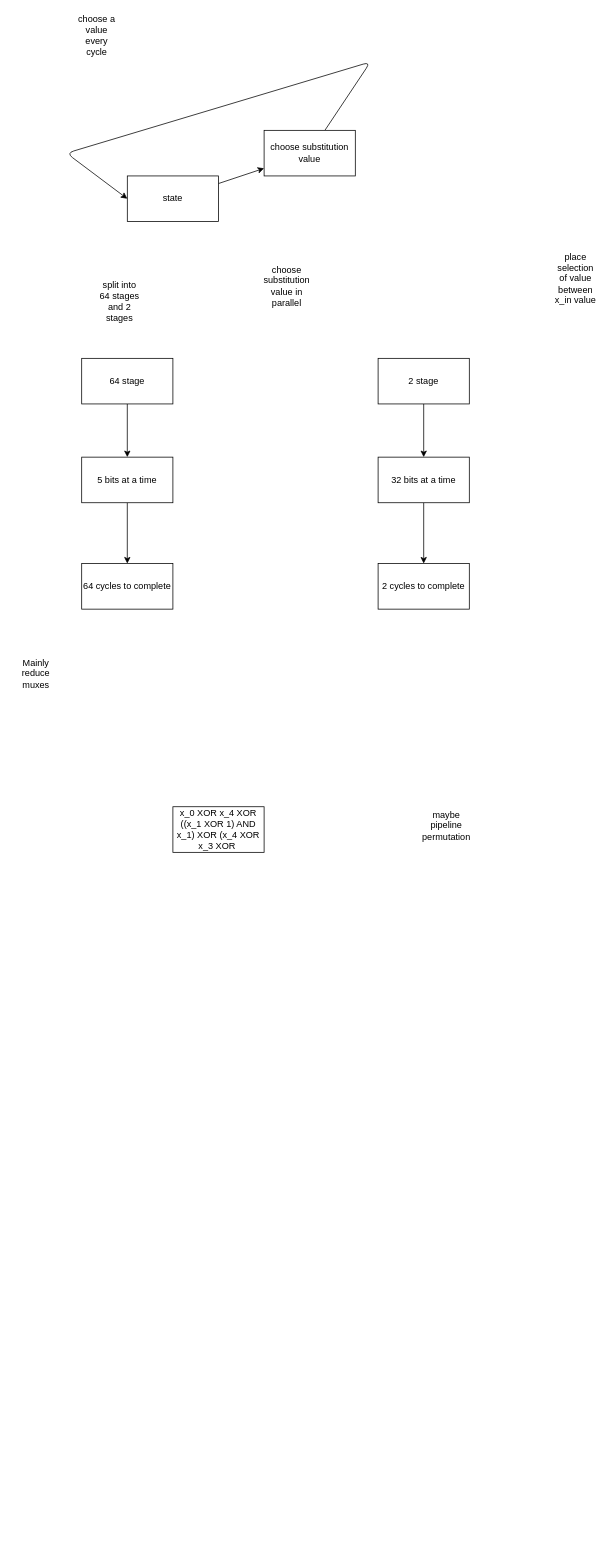
Before: page "Page-13" (13 of 13) of crypto-chip/diffusion layer.drawio in Reconfigurable-Computing-CalPoly-Pomona/RECO_LWC_IP, a draw.io diagram. Source tidied: cells renumbered, new cells numbered last; positions are measured from the earlier drawing's top-left corner, leaving out a move shared by most shapes. Both pictures are drawn from the tidied source at 76%, with x=0, y=0 at pixel (13, 24).
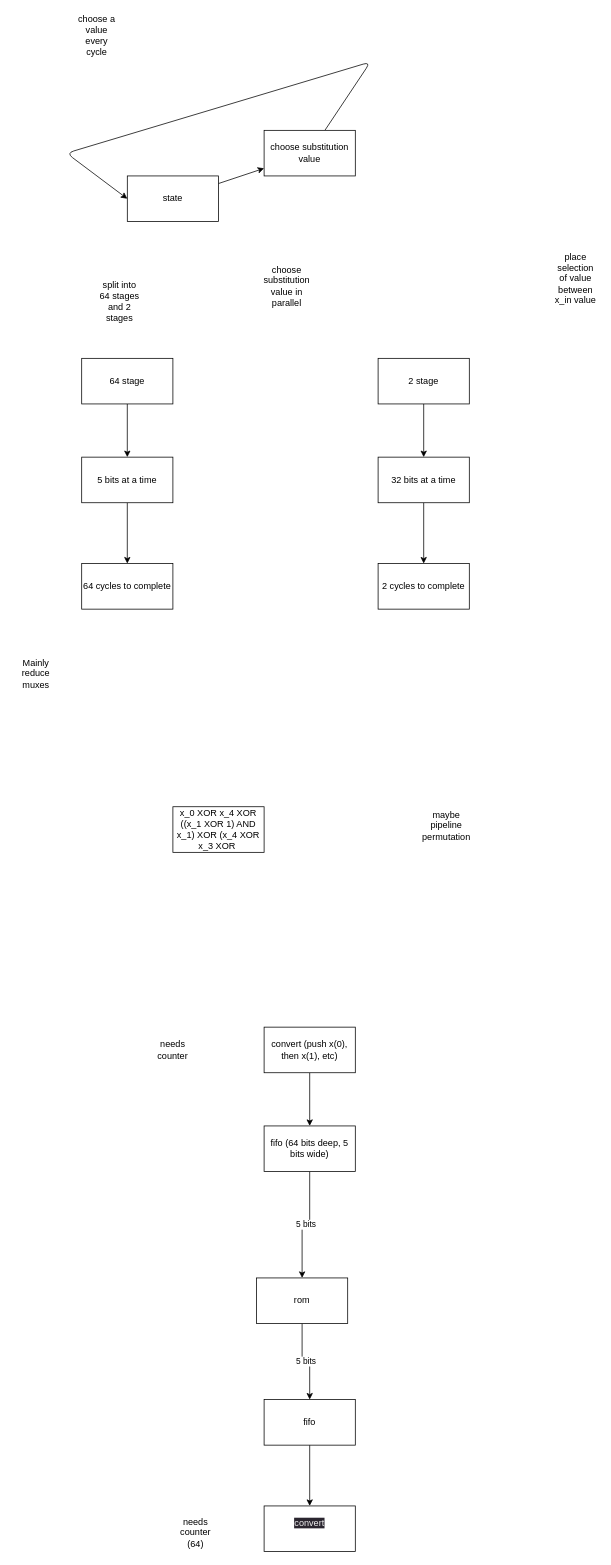
After the change.

Commit message:
Co-authored-by: Brian Lam <ishwo0@users.noreply.github.com> Co-authored-by: russelljh <russelljh@users.noreply.github.com>

The edit, as a diff of the source:
```diff
@@
+    <mxCell id="23" value="5 bits" style="edgeStyle=orthogonalEdgeStyle;rounded=0;html=1;" parent="1" edge="1" source="24" target="29">
+      <mxGeometry relative="1" as="geometry" />
+    </mxCell>
+    <mxCell id="24" value="rom" style="rounded=0;whiteSpace=wrap;html=1;" parent="1" vertex="1">
+      <mxGeometry x="320" y="1650" width="120" height="60" as="geometry" />
+    </mxCell>
+    <mxCell id="25" value="5 bits" style="edgeStyle=orthogonalEdgeStyle;rounded=0;html=1;" parent="1" edge="1" source="27" target="24">
+      <mxGeometry relative="1" as="geometry" />
+    </mxCell>
+    <mxCell id="26" value="&#10;&lt;span style=&quot;color: rgb(240, 240, 240); font-family: Helvetica; font-size: 12px; font-style: normal; font-variant-ligatures: normal; font-variant-caps: normal; font-weight: 400; letter-spacing: normal; orphans: 2; text-align: center; text-indent: 0px; text-transform: none; widows: 2; word-spacing: 0px; -webkit-text-stroke-width: 0px; background-color: rgb(42, 37, 47); text-decoration-thickness: initial; text-decoration-style: initial; text-decoration-color: initial; float: none; display: inline !important;&quot;&gt;convert&lt;/span&gt;&#10;&#10;" style="rounded=0;whiteSpace=wrap;html=1;" parent="1" vertex="1">
+      <mxGeometry x="330" y="1950" width="120" height="60" as="geometry" />
+    </mxCell>
+    <mxCell id="27" value="fifo (64 bits deep, 5 bits wide)" style="rounded=0;whiteSpace=wrap;html=1;" parent="1" vertex="1">
+      <mxGeometry x="330" y="1450" width="120" height="60" as="geometry" />
+    </mxCell>
+    <mxCell id="28" style="edgeStyle=orthogonalEdgeStyle;rounded=0;html=1;" parent="1" edge="1" source="29" target="26">
+      <mxGeometry relative="1" as="geometry" />
+    </mxCell>
+    <mxCell id="29" value="fifo" style="rounded=0;whiteSpace=wrap;html=1;" parent="1" vertex="1">
+      <mxGeometry x="330" y="1810" width="120" height="60" as="geometry" />
+    </mxCell>
+    <mxCell id="30" style="edgeStyle=orthogonalEdgeStyle;rounded=0;html=1;" parent="1" edge="1" source="31" target="27">
+      <mxGeometry relative="1" as="geometry" />
+    </mxCell>
+    <mxCell id="31" value="convert (push x(0), then x(1), etc)" style="rounded=0;whiteSpace=wrap;html=1;" parent="1" vertex="1">
+      <mxGeometry x="330" y="1320" width="120" height="60" as="geometry" />
+    </mxCell>
+    <mxCell id="32" value="needs counter" style="text;html=1;strokeColor=none;fillColor=none;align=center;verticalAlign=middle;whiteSpace=wrap;rounded=0;" parent="1" vertex="1">
+      <mxGeometry x="180" y="1335" width="60" height="30" as="geometry" />
+    </mxCell>
+    <mxCell id="33" value="needs counter (64)" style="text;html=1;strokeColor=none;fillColor=none;align=center;verticalAlign=middle;whiteSpace=wrap;rounded=0;" parent="1" vertex="1">
+      <mxGeometry x="210" y="1970" width="60" height="30" as="geometry" />
+    </mxCell>
```
